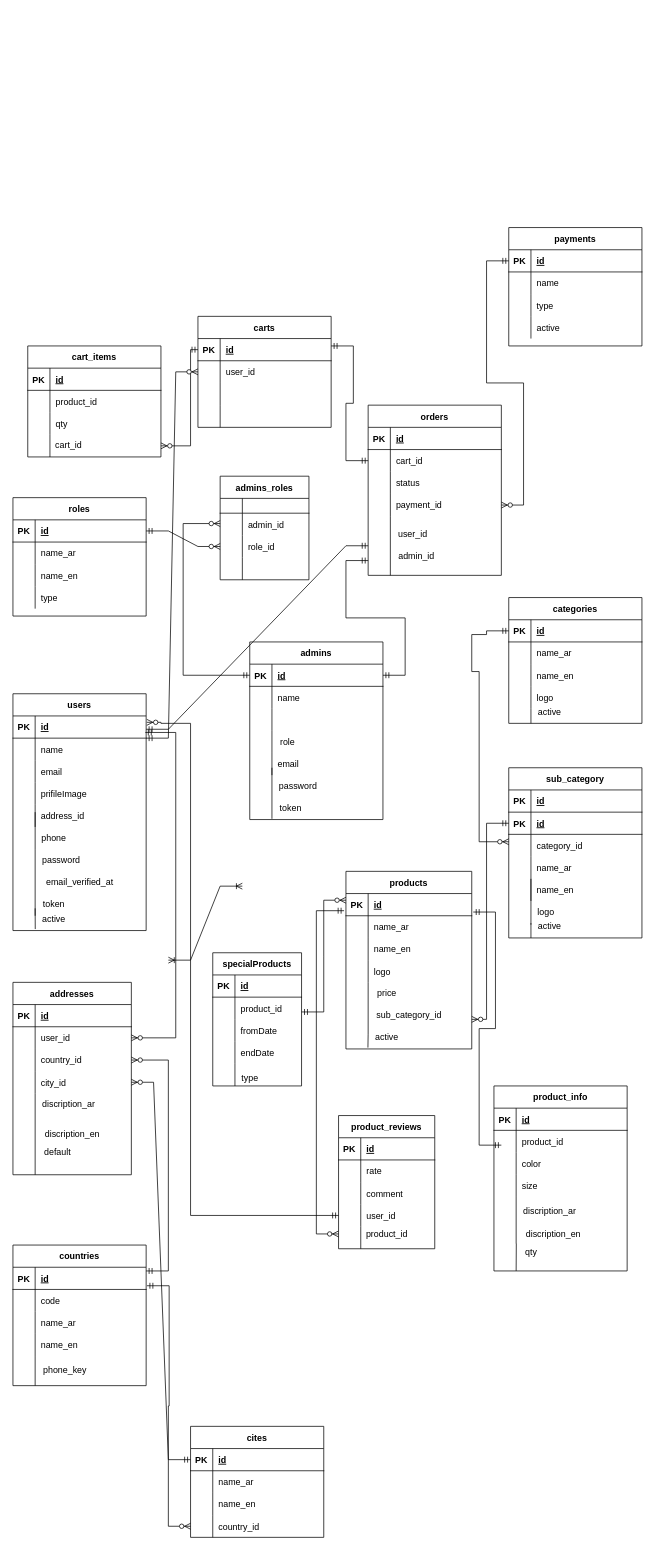
The draw.io diagram blackpearl.drawio in MohammedRasol/blackPearl, before the edit. Source tidied: cells renumbered, new cells numbered last; positions are measured from the earlier drawing's top-left corner, leaving out a move shared by most shapes. Both pictures are drawn from the tidied source at 74%, with x=0, y=0 at pixel (13, 227).
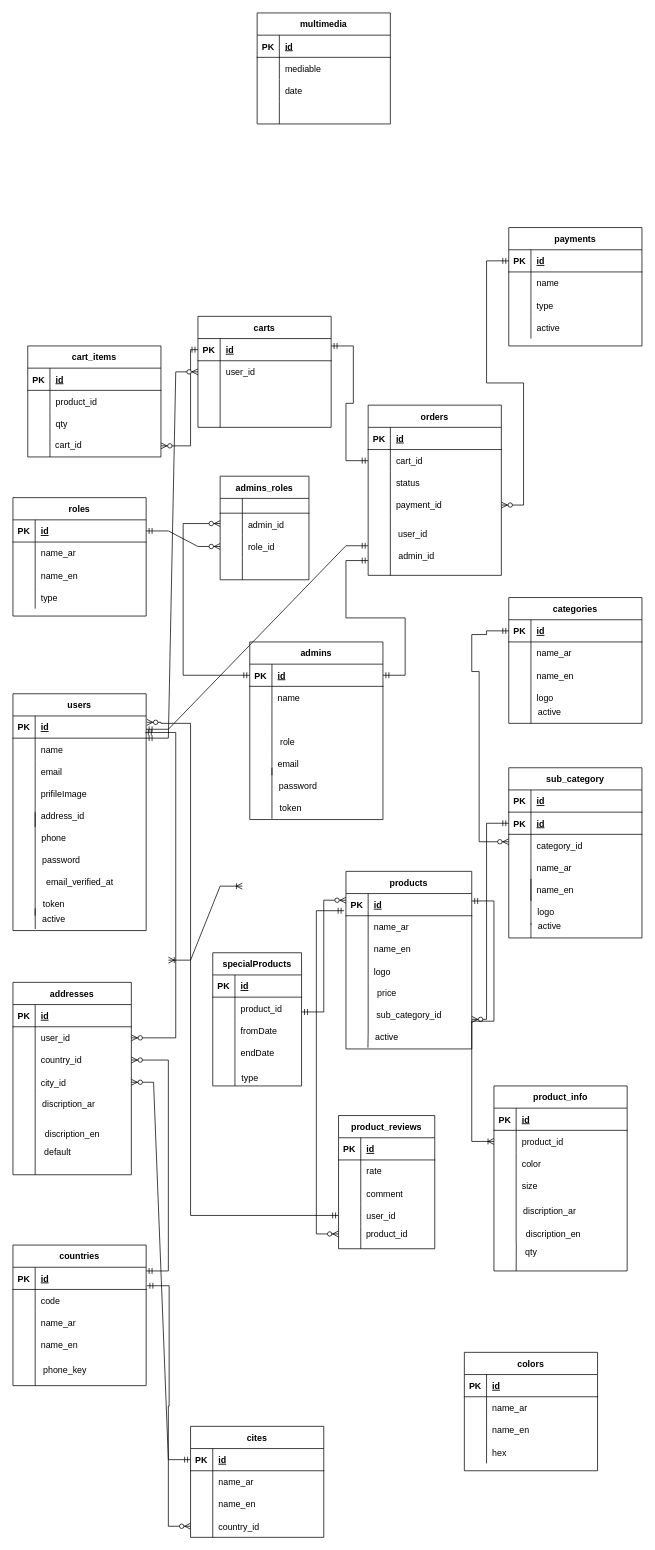
After the change.

The change refers to these unchanged cells:
```xml
<mxCell id="58" style="shape=tableRow;horizontal=0;startSize=0;swimlaneHead=0;swimlaneBody=0;fillColor=none;points=[[0,0.5],[1,0.5]];portConstraint=eastwest;top=0;left=0;right=0;bottom=1;" parent="57" vertex="1">
  <mxGeometry y="30" width="170" height="30" as="geometry" />
</mxCell>
<mxCell id="90" style="shape=tableRow;horizontal=0;startSize=0;swimlaneHead=0;swimlaneBody=0;fillColor=none;points=[[0,0.5],[1,0.5]];portConstraint=eastwest;top=0;left=0;right=0;bottom=0;" parent="86" vertex="1">
  <mxGeometry y="60" width="180" height="30" as="geometry" />
</mxCell>
```

Diff of the diagram source:
```diff
@@
-    <mxCell id="118" style="edgeStyle=entityRelationEdgeStyle;fontSize=12;html=1;endArrow=ERmandOne;startArrow=ERmandOne;rounded=0;exitX=1.012;exitY=0.833;exitDx=0;exitDy=0;exitPerimeter=0;" parent="1" edge="1" source="58">
-      <mxGeometry relative="1" as="geometry">
-        <mxPoint x="660" y="1240" as="targetPoint" />
-      </mxGeometry>
-    </mxCell>
@@
+    <mxCell id="293" value="multimedia" style="shape=table;startSize=30;childLayout=tableLayout;rowLines=0;fontStyle=1;align=center;" parent="1" vertex="1">
+      <mxGeometry x="330" y="-290" width="180" height="150" as="geometry" />
+    </mxCell>
+    <mxCell id="294" style="shape=tableRow;horizontal=0;startSize=0;swimlaneHead=0;swimlaneBody=0;fillColor=none;top=0;left=0;right=0;bottom=1;" parent="293" vertex="1">
+      <mxGeometry y="30" width="180" height="30" as="geometry" />
+    </mxCell>
+    <mxCell id="295" value="PK" style="shape=partialRectangle;fillColor=none;top=0;left=0;bottom=0;right=0;fontStyle=1;overflow=hidden;" parent="294" vertex="1">
+      <mxGeometry width="30" height="30" as="geometry" />
+    </mxCell>
+    <mxCell id="296" value="id" style="shape=partialRectangle;fillColor=none;top=0;left=0;bottom=0;right=0;align=left;spacingLeft=6;fontStyle=5;overflow=hidden;" parent="294" vertex="1">
+      <mxGeometry x="30" width="150" height="30" as="geometry" />
+    </mxCell>
+    <mxCell id="297" style="shape=tableRow;horizontal=0;startSize=0;swimlaneHead=0;swimlaneBody=0;fillColor=none;top=0;left=0;right=0;bottom=0;" parent="293" vertex="1">
+      <mxGeometry y="60" width="180" height="30" as="geometry" />
+    </mxCell>
+    <mxCell id="298" style="shape=partialRectangle;fillColor=none;top=0;left=0;bottom=0;right=0;overflow=hidden;" parent="297" vertex="1">
+      <mxGeometry width="30" height="30" as="geometry" />
+    </mxCell>
+    <mxCell id="299" value="mediable " style="shape=partialRectangle;fillColor=none;top=0;left=0;bottom=0;right=0;align=left;spacingLeft=6;overflow=hidden;" parent="297" vertex="1">
+      <mxGeometry x="30" width="150" height="30" as="geometry" />
+    </mxCell>
+    <mxCell id="300" style="shape=tableRow;horizontal=0;startSize=0;swimlaneHead=0;swimlaneBody=0;fillColor=none;top=0;left=0;right=0;bottom=0;" parent="293" vertex="1">
+      <mxGeometry y="90" width="180" height="30" as="geometry" />
+    </mxCell>
+    <mxCell id="301" style="shape=partialRectangle;fillColor=none;top=0;left=0;bottom=0;right=0;overflow=hidden;" parent="300" vertex="1">
+      <mxGeometry width="30" height="30" as="geometry" />
+    </mxCell>
+    <mxCell id="302" value="date" style="shape=partialRectangle;fillColor=none;top=0;left=0;bottom=0;right=0;align=left;spacingLeft=6;overflow=hidden;" parent="300" vertex="1">
+      <mxGeometry x="30" width="150" height="30" as="geometry" />
+    </mxCell>
+    <mxCell id="303" style="shape=tableRow;horizontal=0;startSize=0;swimlaneHead=0;swimlaneBody=0;fillColor=none;top=0;left=0;right=0;bottom=0;" parent="293" vertex="1">
+      <mxGeometry y="120" width="180" height="30" as="geometry" />
+    </mxCell>
+    <mxCell id="304" style="shape=partialRectangle;fillColor=none;top=0;left=0;bottom=0;right=0;overflow=hidden;" parent="303" vertex="1">
+      <mxGeometry width="30" height="30" as="geometry" />
+    </mxCell>
+    <mxCell id="305" style="shape=partialRectangle;fillColor=none;top=0;left=0;bottom=0;right=0;align=left;spacingLeft=6;overflow=hidden;" parent="303" vertex="1">
+      <mxGeometry x="30" width="150" height="30" as="geometry" />
+    </mxCell>
+    <mxCell id="306" style="edgeStyle=entityRelationEdgeStyle;fontSize=12;html=1;endArrow=ERoneToMany;startArrow=ERmandOne;rounded=0;entryX=0;entryY=0.5;entryDx=0;entryDy=0;" parent="1" edge="1" target="90">
+      <mxGeometry relative="1" as="geometry">
+        <mxPoint x="620" y="910" as="sourcePoint" />
+      </mxGeometry>
+    </mxCell>
+    <mxCell id="307" value="colors" style="shape=table;startSize=30;childLayout=tableLayout;rowLines=0;fontStyle=1;align=center;" parent="1" vertex="1">
+      <mxGeometry x="610" y="1520" width="180" height="160" as="geometry" />
+    </mxCell>
+    <mxCell id="308" style="shape=tableRow;horizontal=0;startSize=0;swimlaneHead=0;swimlaneBody=0;fillColor=none;top=0;left=0;right=0;bottom=1;" parent="307" vertex="1">
+      <mxGeometry y="30" width="180" height="30" as="geometry" />
+    </mxCell>
+    <mxCell id="309" value="PK" style="shape=partialRectangle;fillColor=none;top=0;left=0;bottom=0;right=0;fontStyle=1;overflow=hidden;" parent="308" vertex="1">
+      <mxGeometry width="30" height="30" as="geometry" />
+    </mxCell>
+    <mxCell id="310" value="id" style="shape=partialRectangle;fillColor=none;top=0;left=0;bottom=0;right=0;align=left;spacingLeft=6;fontStyle=5;overflow=hidden;" parent="308" vertex="1">
+      <mxGeometry x="30" width="150" height="30" as="geometry" />
+    </mxCell>
+    <mxCell id="311" style="shape=tableRow;horizontal=0;startSize=0;swimlaneHead=0;swimlaneBody=0;fillColor=none;top=0;left=0;right=0;bottom=0;" parent="307" vertex="1">
+      <mxGeometry y="60" width="180" height="30" as="geometry" />
+    </mxCell>
+    <mxCell id="312" style="shape=partialRectangle;fillColor=none;top=0;left=0;bottom=0;right=0;overflow=hidden;" parent="311" vertex="1">
+      <mxGeometry width="30" height="30" as="geometry" />
+    </mxCell>
+    <mxCell id="313" value="name_ar" style="shape=partialRectangle;fillColor=none;top=0;left=0;bottom=0;right=0;align=left;spacingLeft=6;overflow=hidden;" parent="311" vertex="1">
+      <mxGeometry x="30" width="150" height="30" as="geometry" />
+    </mxCell>
+    <mxCell id="314" style="shape=tableRow;horizontal=0;startSize=0;swimlaneHead=0;swimlaneBody=0;fillColor=none;top=0;left=0;right=0;bottom=0;" parent="307" vertex="1">
+      <mxGeometry y="90" width="180" height="30" as="geometry" />
+    </mxCell>
+    <mxCell id="315" style="shape=partialRectangle;fillColor=none;top=0;left=0;bottom=0;right=0;overflow=hidden;" parent="314" vertex="1">
+      <mxGeometry width="30" height="30" as="geometry" />
+    </mxCell>
+    <mxCell id="316" value="name_en" style="shape=partialRectangle;fillColor=none;top=0;left=0;bottom=0;right=0;align=left;spacingLeft=6;overflow=hidden;" parent="314" vertex="1">
+      <mxGeometry x="30" width="150" height="30" as="geometry" />
+    </mxCell>
+    <mxCell id="317" style="shape=tableRow;horizontal=0;startSize=0;swimlaneHead=0;swimlaneBody=0;fillColor=none;top=0;left=0;right=0;bottom=0;" parent="307" vertex="1">
+      <mxGeometry y="120" width="180" height="30" as="geometry" />
+    </mxCell>
+    <mxCell id="318" style="shape=partialRectangle;fillColor=none;top=0;left=0;bottom=0;right=0;overflow=hidden;" parent="317" vertex="1">
+      <mxGeometry width="30" height="30" as="geometry" />
+    </mxCell>
+    <mxCell id="319" value="hex" style="shape=partialRectangle;fillColor=none;top=0;left=0;bottom=0;right=0;align=left;spacingLeft=6;overflow=hidden;" parent="317" vertex="1">
+      <mxGeometry x="30" width="150" height="30" as="geometry" />
+    </mxCell>
```
